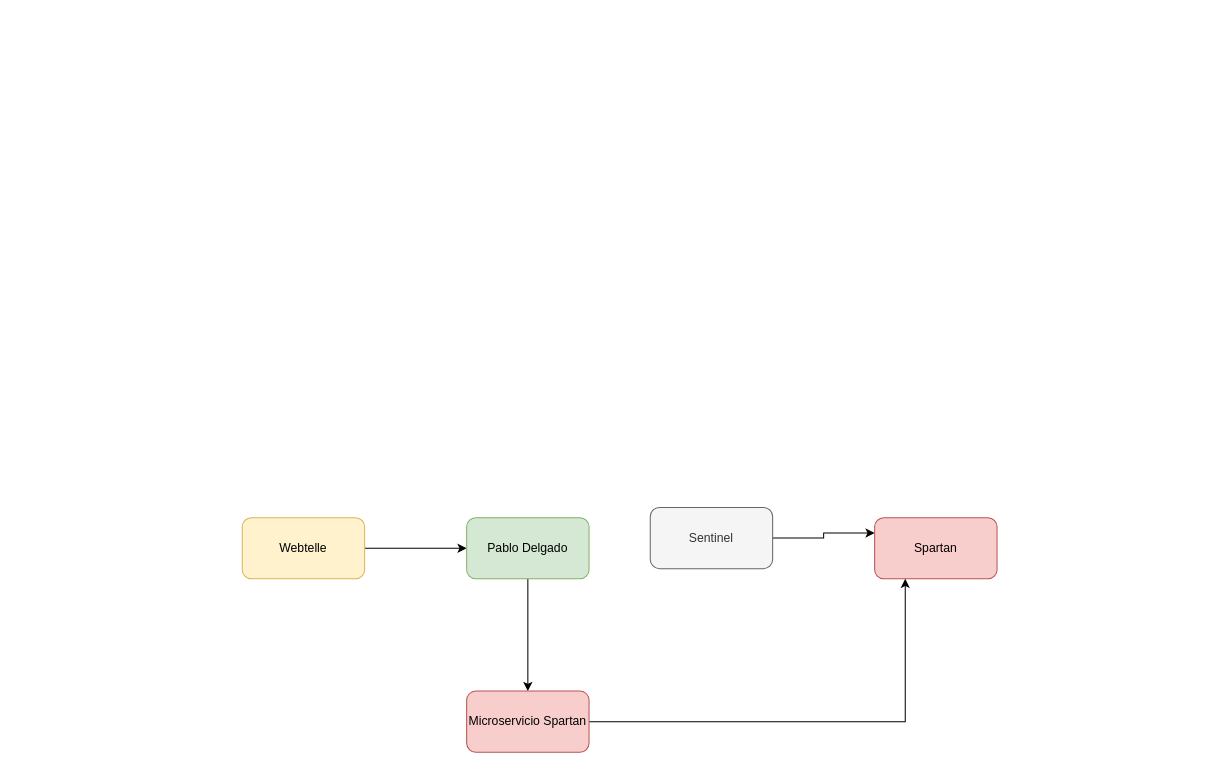
Before: page "Página-14" (8 of 10) of Diagrama sin título.drawio in MarcoPuenayan/diagramas, a draw.io diagram. Source tidied: cells renumbered, new cells numbered last; positions are measured from the earlier drawing's top-left corner, leaving out a move shared by most shapes. Both pictures are drawn from the tidied source at 102%, with x=0, y=0 at pixel (242, 507).
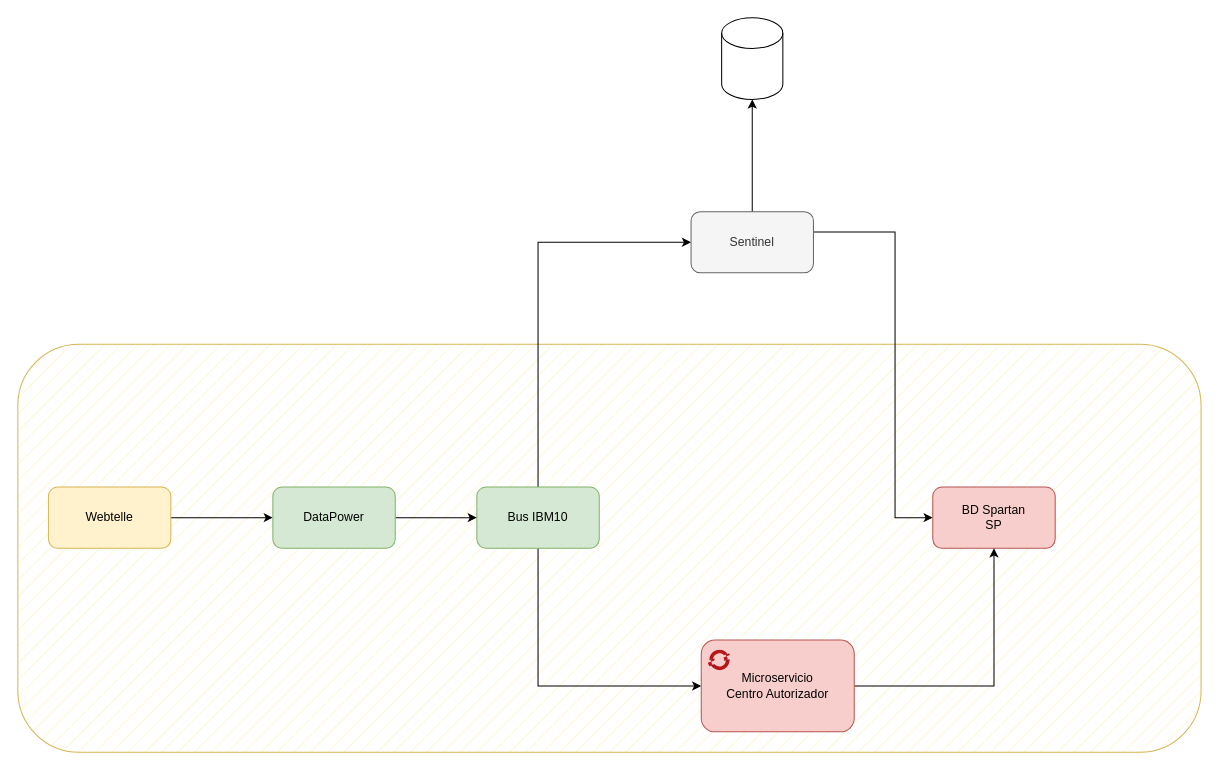
The same diagram, later.

Diff of the diagram source:
```diff
@@
-    <mxCell id="2" style="edgeStyle=orthogonalEdgeStyle;rounded=0;jettySize=auto;html=1;entryX=0;entryY=0.5;entryDx=0;entryDy=0;" parent="1" edge="1" source="3" target="5">
-      <mxGeometry relative="1" as="geometry" />
-    </mxCell>
+    <mxCell id="11" style="rounded=1;whiteSpace=wrap;html=1;fillStyle=hatch;fillColor=#fff2cc;strokeColor=#d6b656;" parent="1" vertex="1">
+      <mxGeometry x="-220" y="-160" width="1160" height="400" as="geometry" />
+    </mxCell>
+    <mxCell id="12" style="edgeStyle=orthogonalEdgeStyle;rounded=0;jettySize=auto;html=1;entryX=0;entryY=0.5;entryDx=0;entryDy=0;" parent="1" edge="1" source="3" target="17">
+      <mxGeometry relative="1" as="geometry" />
+    </mxCell>
     <mxCell id="3" value="Webtelle&lt;br&gt;" style="rounded=1;whiteSpace=wrap;html=1;fillColor=#fff2cc;strokeColor=#d6b656;" parent="1" vertex="1">
-      <mxGeometry y="10" width="120" height="60" as="geometry" />
+      <mxGeometry x="-190" y="-20" width="120" height="60" as="geometry" />
     </mxCell>
-    <mxCell id="4" style="edgeStyle=orthogonalEdgeStyle;rounded=0;jettySize=auto;html=1;" parent="1" edge="1" source="5" target="10">
-      <mxGeometry relative="1" as="geometry" />
-    </mxCell>
+    <mxCell id="13" style="edgeStyle=orthogonalEdgeStyle;rounded=0;jettySize=auto;html=1;" parent="1" edge="1" source="5" target="7">
+      <mxGeometry relative="1" as="geometry">
+        <Array as="points">
+          <mxPoint x="290" y="-260" />
+        </Array>
+      </mxGeometry>
+    </mxCell>
+    <mxCell id="14" style="edgeStyle=orthogonalEdgeStyle;rounded=0;jettySize=auto;html=1;entryX=0;entryY=0.5;entryDx=0;entryDy=0;" parent="1" edge="1" source="5" target="19">
+      <mxGeometry relative="1" as="geometry">
+        <Array as="points">
+          <mxPoint x="290" y="175" />
+        </Array>
+      </mxGeometry>
+    </mxCell>
-    <mxCell id="5" value="Pablo Delgado" style="rounded=1;whiteSpace=wrap;html=1;fillColor=#d5e8d4;strokeColor=#82b366;" parent="1" vertex="1">
-      <mxGeometry x="220" y="10" width="120" height="60" as="geometry" />
+    <mxCell id="5" value="Bus IBM10" style="rounded=1;whiteSpace=wrap;html=1;fillColor=#d5e8d4;strokeColor=#82b366;" parent="1" vertex="1">
+      <mxGeometry x="230" y="-20" width="120" height="60" as="geometry" />
     </mxCell>
-    <mxCell id="6" style="edgeStyle=orthogonalEdgeStyle;rounded=0;jettySize=auto;html=1;entryX=0;entryY=0.25;entryDx=0;entryDy=0;" parent="1" edge="1" source="7" target="8">
-      <mxGeometry relative="1" as="geometry" />
+    <mxCell id="6" style="edgeStyle=orthogonalEdgeStyle;rounded=0;jettySize=auto;html=1;entryX=0;entryY=0.5;entryDx=0;entryDy=0;" parent="1" edge="1" source="7" target="8">
+      <mxGeometry relative="1" as="geometry">
+        <Array as="points">
+          <mxPoint x="640" y="-270" />
+          <mxPoint x="640" y="10" />
+        </Array>
+      </mxGeometry>
     </mxCell>
+    <mxCell id="15" style="edgeStyle=orthogonalEdgeStyle;rounded=0;jettySize=auto;html=1;" parent="1" edge="1" source="7" target="21">
+      <mxGeometry relative="1" as="geometry" />
+    </mxCell>
     <mxCell id="7" value="Sentinel&lt;br&gt;" style="rounded=1;whiteSpace=wrap;html=1;fillColor=#f5f5f5;fontColor=#333333;strokeColor=#666666;" parent="1" vertex="1">
-      <mxGeometry x="400" width="120" height="60" as="geometry" />
+      <mxGeometry x="440" y="-290" width="120" height="60" as="geometry" />
     </mxCell>
-    <mxCell id="8" value="Spartan&lt;br&gt;" style="rounded=1;whiteSpace=wrap;html=1;fillColor=#f8cecc;strokeColor=#b85450;" parent="1" vertex="1">
-      <mxGeometry x="620" y="10" width="120" height="60" as="geometry" />
+    <mxCell id="8" value="BD Spartan&lt;br&gt;SP" style="rounded=1;whiteSpace=wrap;html=1;fillColor=#f8cecc;strokeColor=#b85450;" parent="1" vertex="1">
+      <mxGeometry x="677" y="-20" width="120" height="60" as="geometry" />
     </mxCell>
-    <mxCell id="9" style="edgeStyle=orthogonalEdgeStyle;rounded=0;jettySize=auto;html=1;entryX=0.25;entryY=1;entryDx=0;entryDy=0;" parent="1" edge="1" source="10" target="8">
-      <mxGeometry relative="1" as="geometry" />
-    </mxCell>
-    <mxCell id="10" value="Microservicio Spartan&lt;br&gt;" style="rounded=1;whiteSpace=wrap;html=1;fillColor=#f8cecc;strokeColor=#b85450;" parent="1" vertex="1">
-      <mxGeometry x="220" y="180" width="120" height="60" as="geometry" />
-    </mxCell>
+    <mxCell id="16" style="edgeStyle=orthogonalEdgeStyle;rounded=0;jettySize=auto;html=1;entryX=0;entryY=0.5;entryDx=0;entryDy=0;" parent="1" edge="1" source="17" target="5">
+      <mxGeometry relative="1" as="geometry" />
+    </mxCell>
+    <mxCell id="17" value="DataPower&lt;br&gt;" style="rounded=1;whiteSpace=wrap;html=1;fillColor=#d5e8d4;strokeColor=#82b366;" parent="1" vertex="1">
+      <mxGeometry x="30" y="-20" width="120" height="60" as="geometry" />
+    </mxCell>
+    <mxCell id="18" style="edgeStyle=orthogonalEdgeStyle;rounded=0;jettySize=auto;html=1;entryX=0.5;entryY=1;entryDx=0;entryDy=0;" parent="1" edge="1" source="19" target="8">
+      <mxGeometry relative="1" as="geometry" />
+    </mxCell>
+    <mxCell id="19" value="Microservicio&lt;br&gt;Centro Autorizador" style="rounded=1;whiteSpace=wrap;html=1;fillColor=#f8cecc;strokeColor=#b85450;" parent="1" vertex="1">
+      <mxGeometry x="450" y="130" width="150" height="90" as="geometry" />
+    </mxCell>
+    <mxCell id="20" style="image;sketch=0;html=1;align=center;fontSize=12;image=img/lib/mscae/OpenShift.svg;" parent="1" vertex="1">
+      <mxGeometry x="457" y="140" width="21.7" height="20" as="geometry" />
+    </mxCell>
+    <mxCell id="21" style="shape=cylinder3;whiteSpace=wrap;html=1;boundedLbl=1;backgroundOutline=1;size=15;" parent="1" vertex="1">
+      <mxGeometry x="470" y="-480" width="60" height="80" as="geometry" />
+    </mxCell>
```
